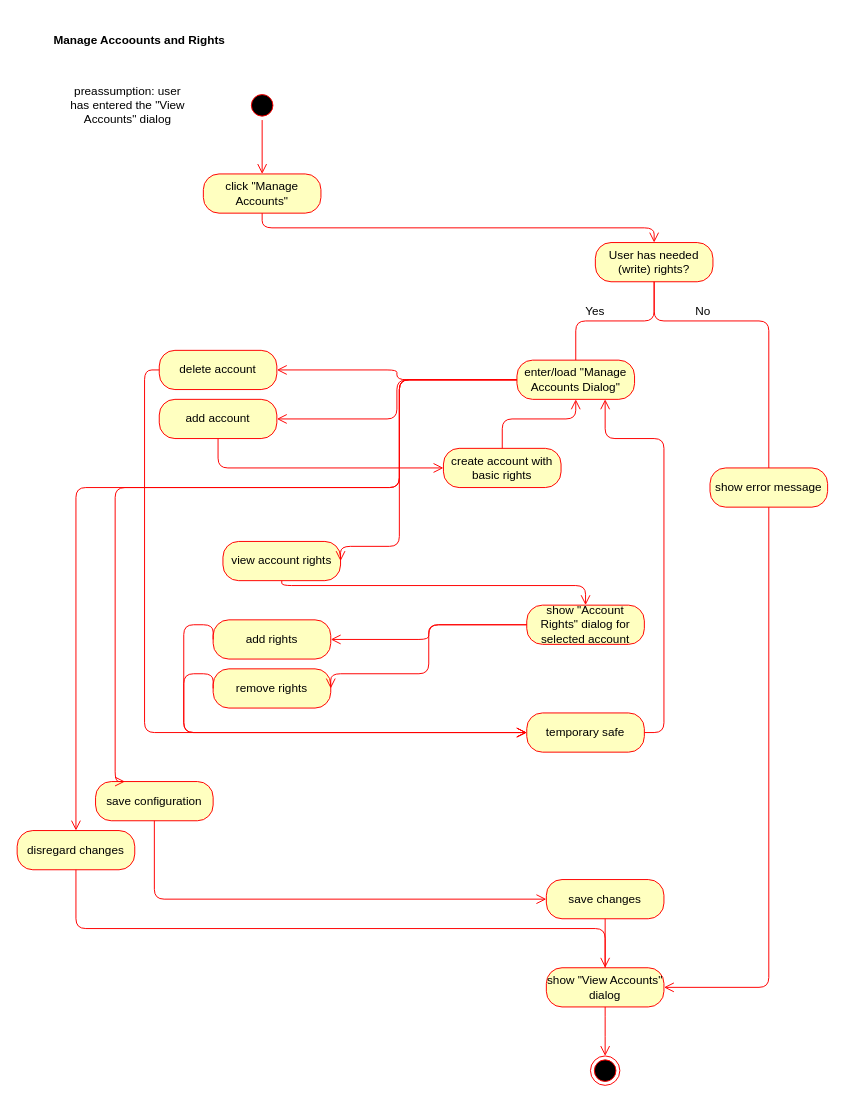
This is ManageAccountsAndRights_ActivityDiagram.drawio from mymanu/Camera-Observation-Tool-Documentation, a draw.io file, before an edit. Source tidied: cells renumbered, new cells numbered last; positions are measured from the earlier drawing's top-left corner, leaving out a move shared by most shapes. Both pictures are drawn from the tidied source at 98%, with x=0, y=0 at pixel (17, 17).
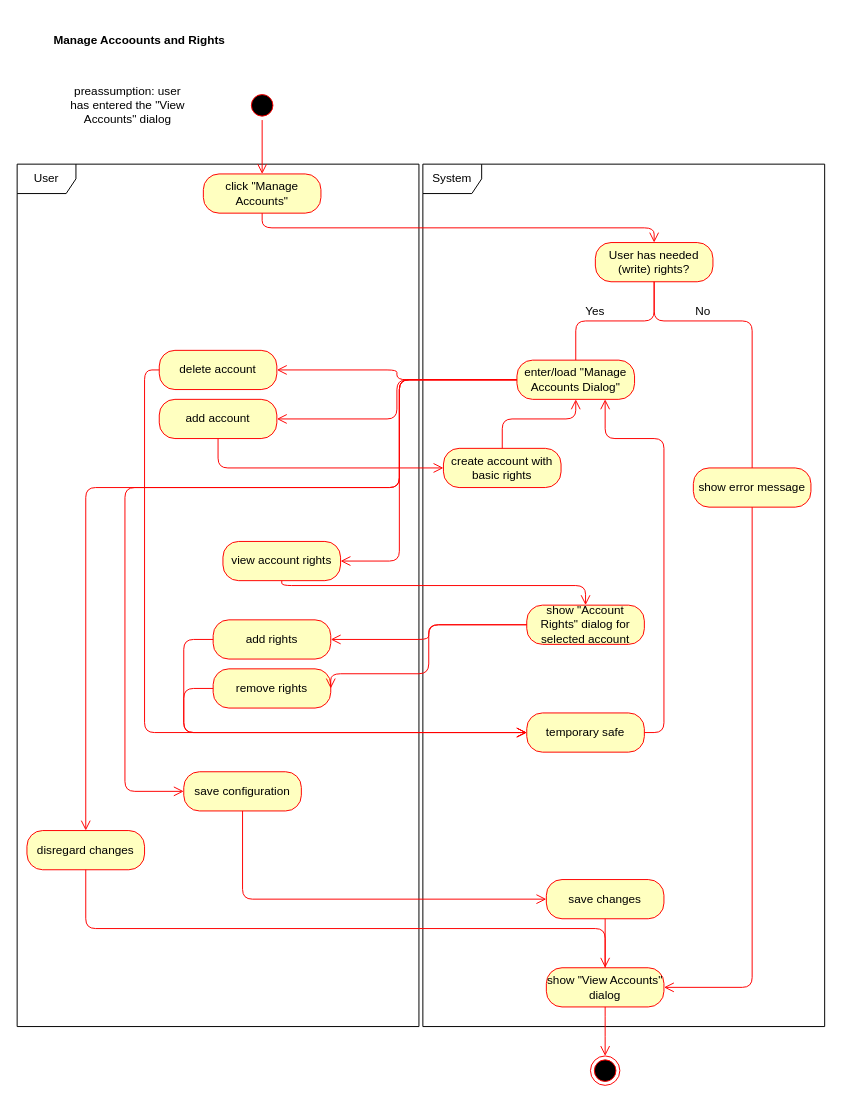
The same diagram, later.

Unchanged cells that the change refers to:
```xml
<mxCell id="5" value="User has needed (write) rights?" style="rounded=1;whiteSpace=wrap;html=1;arcSize=40;fontColor=#000000;fillColor=#ffffc0;strokeColor=#ff0000;" parent="1" vertex="1">
  <mxGeometry x="590" y="230" width="120" height="40" as="geometry" />
</mxCell>
<mxCell id="15" value="enter/load &quot;Manage Accounts Dialog&quot;" style="rounded=1;whiteSpace=wrap;html=1;arcSize=40;fontColor=#000000;fillColor=#ffffc0;strokeColor=#ff0000;" parent="1" vertex="1">
  <mxGeometry x="510" y="350" width="120" height="40" as="geometry" />
</mxCell>
<mxCell id="18" value="add rights" style="rounded=1;whiteSpace=wrap;html=1;arcSize=40;fontColor=#000000;fillColor=#ffffc0;strokeColor=#ff0000;" parent="1" vertex="1">
  <mxGeometry x="200" y="615" width="120" height="40" as="geometry" />
</mxCell>
<mxCell id="19" value="remove rights" style="rounded=1;whiteSpace=wrap;html=1;arcSize=40;fontColor=#000000;fillColor=#ffffc0;strokeColor=#ff0000;" parent="1" vertex="1">
  <mxGeometry x="200" y="665" width="120" height="40" as="geometry" />
</mxCell>
<mxCell id="21" value="view account rights" style="rounded=1;whiteSpace=wrap;html=1;arcSize=40;fontColor=#000000;fillColor=#ffffc0;strokeColor=#ff0000;" parent="1" vertex="1">
  <mxGeometry x="210" y="535" width="120" height="40" as="geometry" />
</mxCell>
<mxCell id="33" value="temporary safe" style="rounded=1;whiteSpace=wrap;html=1;arcSize=40;fontColor=#000000;fillColor=#ffffc0;strokeColor=#ff0000;" parent="1" vertex="1">
  <mxGeometry x="520" y="710" width="120" height="40" as="geometry" />
</mxCell>
<mxCell id="35" value="save changes" style="rounded=1;whiteSpace=wrap;html=1;arcSize=40;fontColor=#000000;fillColor=#ffffc0;strokeColor=#ff0000;" parent="1" vertex="1">
  <mxGeometry x="540" y="880" width="120" height="40" as="geometry" />
</mxCell>
<mxCell id="41" value="show &quot;View Accounts&quot; dialog" style="rounded=1;whiteSpace=wrap;html=1;arcSize=40;fontColor=#000000;fillColor=#ffffc0;strokeColor=#ff0000;" parent="1" vertex="1">
  <mxGeometry x="540" y="970" width="120" height="40" as="geometry" />
</mxCell>
```

Change to the diagram source:
```diff
@@
+    <mxCell id="47" value="User" style="shape=umlFrame;whiteSpace=wrap;html=1;" parent="1" vertex="1">
+      <mxGeometry y="150" width="410" height="880" as="geometry" />
+    </mxCell>
+    <mxCell id="48" value="System" style="shape=umlFrame;whiteSpace=wrap;html=1;" parent="1" vertex="1">
+      <mxGeometry x="414" y="150" width="410" height="880" as="geometry" />
+    </mxCell>
@@
     <mxCell id="11" style="endArrow=none;html=1;edgeStyle=orthogonalEdgeStyle;strokeColor=#FF0000;entryX=0.5;entryY=1;entryDx=0;entryDy=0;exitX=0.5;exitY=0;exitDx=0;exitDy=0;" parent="1" edge="1" source="14" target="5">
       <mxGeometry relative="1" as="geometry">
         <Array as="points">
-          <mxPoint x="767" y="310" />
+          <mxPoint x="750" y="310" />
           <mxPoint x="650" y="310" />
         </Array>
       </mxGeometry>
     </mxCell>
@@
     <mxCell id="14" value="show error message" style="rounded=1;whiteSpace=wrap;html=1;arcSize=40;fontColor=#000000;fillColor=#ffffc0;strokeColor=#ff0000;" parent="1" vertex="1">
-      <mxGeometry x="707" y="460" width="120" height="40" as="geometry" />
+      <mxGeometry x="690" y="460" width="120" height="40" as="geometry" />
     </mxCell>
@@
     <mxCell id="20" value="save configuration" style="rounded=1;whiteSpace=wrap;html=1;arcSize=40;fontColor=#000000;fillColor=#ffffc0;strokeColor=#ff0000;" parent="1" vertex="1">
-      <mxGeometry x="80" y="780" width="120" height="40" as="geometry" />
+      <mxGeometry x="170" y="770" width="120" height="40" as="geometry" />
     </mxCell>
@@
     <mxCell id="25" style="edgeStyle=orthogonalEdgeStyle;html=1;verticalAlign=bottom;endArrow=open;endSize=8;strokeColor=#ff0000;entryX=1;entryY=0.5;entryDx=0;entryDy=0;exitX=0;exitY=0.5;exitDx=0;exitDy=0;" parent="1" edge="1" source="15" target="21">
       <mxGeometry relative="1" as="geometry">
         <Array as="points">
           <mxPoint x="390" y="370" />
-          <mxPoint x="390" y="540" />
+          <mxPoint x="390" y="555" />
         </Array>
       </mxGeometry>
     </mxCell>
@@
     <mxCell id="32" style="edgeStyle=orthogonalEdgeStyle;html=1;verticalAlign=bottom;endArrow=open;endSize=8;strokeColor=#ff0000;exitX=0;exitY=0.5;exitDx=0;exitDy=0;entryX=0;entryY=0.5;entryDx=0;entryDy=0;" parent="1" edge="1" source="18" target="33">
       <mxGeometry relative="1" as="geometry">
         <Array as="points">
-          <mxPoint x="170" y="620" />
+          <mxPoint x="170" y="635" />
           <mxPoint x="170" y="730" />
         </Array>
       </mxGeometry>
     </mxCell>
@@
     <mxCell id="36" style="edgeStyle=orthogonalEdgeStyle;html=1;verticalAlign=bottom;endArrow=open;endSize=8;strokeColor=#ff0000;exitX=0;exitY=0.5;exitDx=0;exitDy=0;entryX=0;entryY=0.5;entryDx=0;entryDy=0;" parent="1" edge="1" source="19" target="33">
       <mxGeometry relative="1" as="geometry">
         <Array as="points">
-          <mxPoint x="170" y="670" />
+          <mxPoint x="170" y="685" />
           <mxPoint x="170" y="730" />
         </Array>
       </mxGeometry>
     </mxCell>
-    <mxCell id="37" style="edgeStyle=orthogonalEdgeStyle;html=1;verticalAlign=bottom;endArrow=open;endSize=8;strokeColor=#ff0000;exitX=0;exitY=0.5;exitDx=0;exitDy=0;entryX=0.25;entryY=0;entryDx=0;entryDy=0;" parent="1" edge="1" source="15" target="20">
+    <mxCell id="37" style="edgeStyle=orthogonalEdgeStyle;html=1;verticalAlign=bottom;endArrow=open;endSize=8;strokeColor=#ff0000;exitX=0;exitY=0.5;exitDx=0;exitDy=0;entryX=0;entryY=0.5;entryDx=0;entryDy=0;" parent="1" edge="1" source="15" target="20">
       <mxGeometry relative="1" as="geometry">
         <Array as="points">
           <mxPoint x="390" y="370" />
           <mxPoint x="390" y="480" />
-          <mxPoint x="100" y="480" />
-          <mxPoint x="100" y="780" />
+          <mxPoint x="110" y="480" />
+          <mxPoint x="110" y="790" />
         </Array>
       </mxGeometry>
     </mxCell>
     <mxCell id="38" style="edgeStyle=orthogonalEdgeStyle;html=1;verticalAlign=bottom;endArrow=open;endSize=8;strokeColor=#ff0000;exitX=0.5;exitY=1;exitDx=0;exitDy=0;entryX=0;entryY=0.5;entryDx=0;entryDy=0;" parent="1" edge="1" source="20" target="35">
       <mxGeometry relative="1" as="geometry">
         <Array as="points">
-          <mxPoint x="140" y="900" />
+          <mxPoint x="230" y="900" />
         </Array>
       </mxGeometry>
     </mxCell>
@@
     <mxCell id="42" value="disregard changes" style="rounded=1;whiteSpace=wrap;html=1;arcSize=40;fontColor=#000000;fillColor=#ffffc0;strokeColor=#ff0000;" parent="1" vertex="1">
-      <mxGeometry y="830" width="120" height="40" as="geometry" />
+      <mxGeometry x="10" y="830" width="120" height="40" as="geometry" />
     </mxCell>
     <mxCell id="43" style="edgeStyle=orthogonalEdgeStyle;html=1;verticalAlign=bottom;endArrow=open;endSize=8;strokeColor=#ff0000;exitX=0;exitY=0.5;exitDx=0;exitDy=0;entryX=0.5;entryY=0;entryDx=0;entryDy=0;" parent="1" edge="1" source="15" target="42">
       <mxGeometry relative="1" as="geometry">
         <Array as="points">
           <mxPoint x="390" y="370" />
           <mxPoint x="390" y="480" />
-          <mxPoint x="60" y="480" />
+          <mxPoint x="70" y="480" />
         </Array>
       </mxGeometry>
     </mxCell>
     <mxCell id="44" style="edgeStyle=orthogonalEdgeStyle;html=1;verticalAlign=bottom;endArrow=open;endSize=8;strokeColor=#ff0000;exitX=0.5;exitY=1;exitDx=0;exitDy=0;entryX=0.5;entryY=0;entryDx=0;entryDy=0;" parent="1" edge="1" source="42" target="41">
       <mxGeometry relative="1" as="geometry">
         <Array as="points">
-          <mxPoint x="60" y="930" />
+          <mxPoint x="70" y="930" />
           <mxPoint x="600" y="930" />
         </Array>
       </mxGeometry>
     </mxCell>
@@
     <mxCell id="46" style="edgeStyle=orthogonalEdgeStyle;html=1;verticalAlign=bottom;endArrow=open;endSize=8;strokeColor=#ff0000;exitX=0.5;exitY=1;exitDx=0;exitDy=0;entryX=1;entryY=0.5;entryDx=0;entryDy=0;" parent="1" edge="1" source="14" target="41">
       <mxGeometry relative="1" as="geometry">
         <Array as="points">
-          <mxPoint x="767" y="990" />
+          <mxPoint x="750" y="990" />
         </Array>
       </mxGeometry>
     </mxCell>
```
